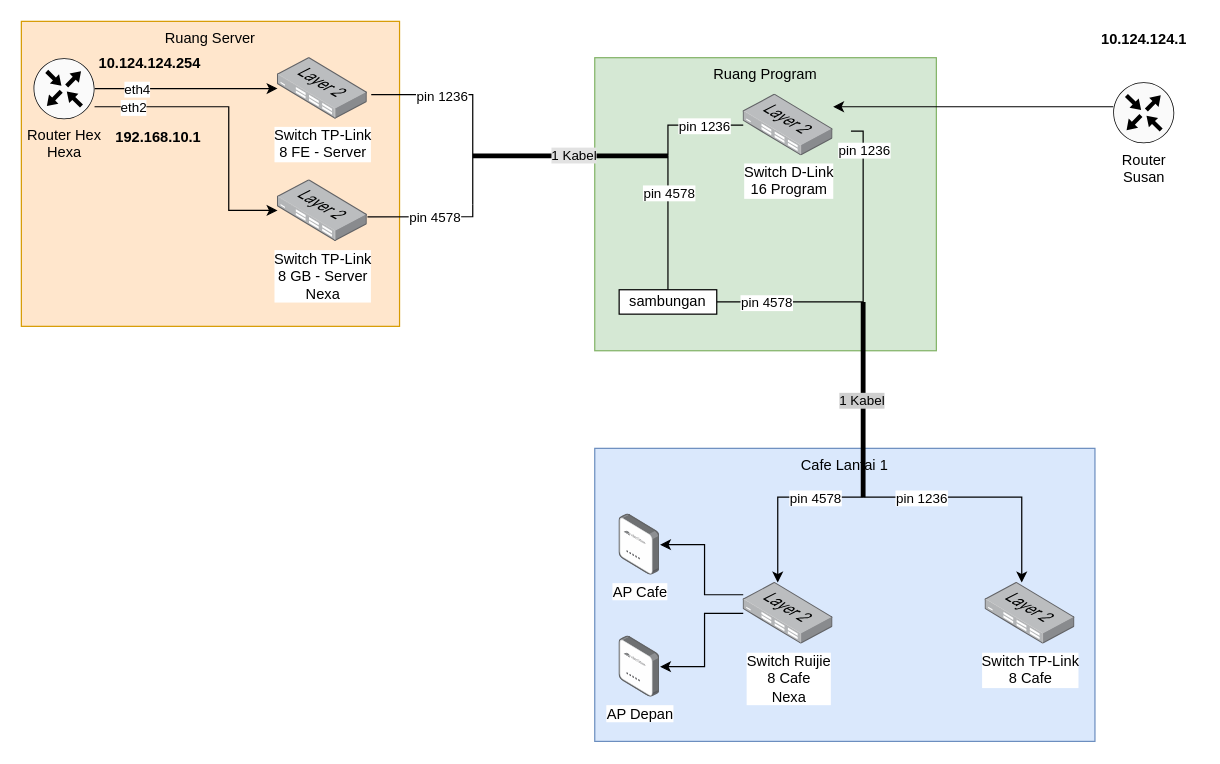
The draw.io diagram Topologi House of Susan.drawio in hnkzf/topologi-site, before the edit. Source tidied: cells renumbered, new cells numbered last; positions are measured from the earlier drawing's top-left corner, leaving out a move shared by most shapes. Both pictures are drawn from the tidied source at 122%, with x=0, y=0 at pixel (21, 21).
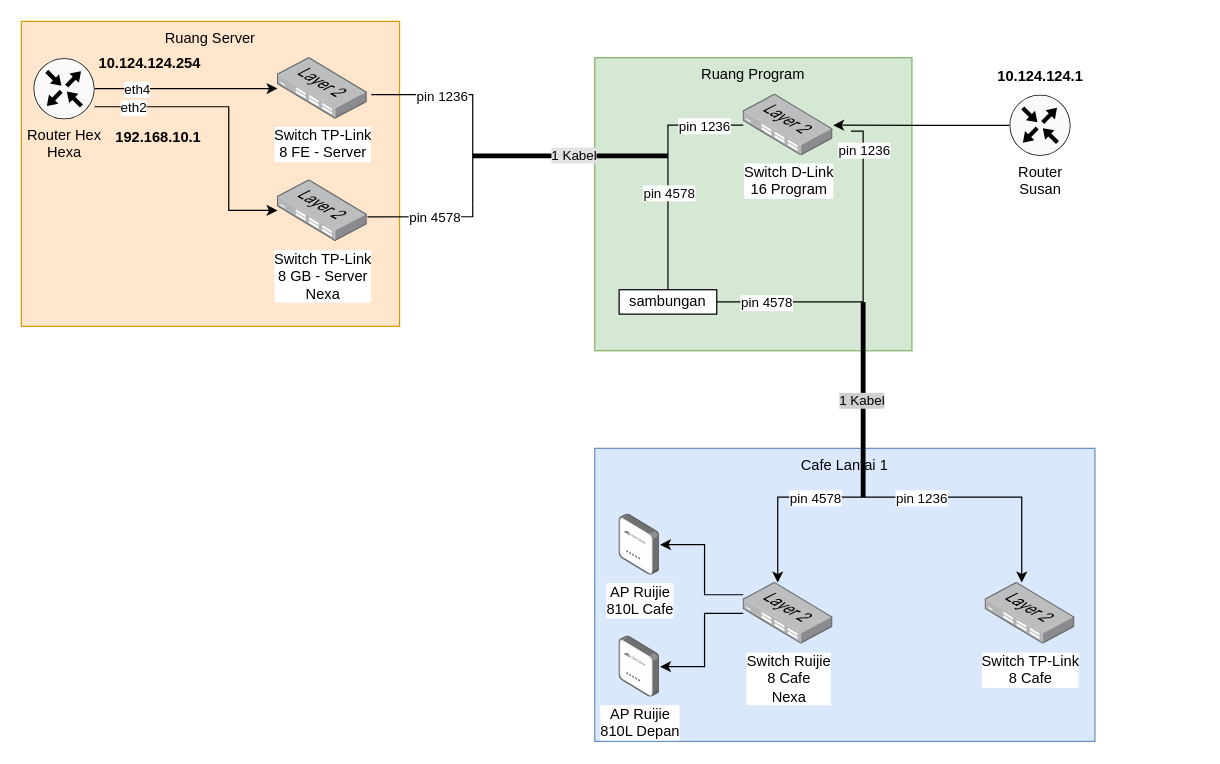
Above is the later version.

The change refers to these unchanged cells:
```xml
<mxCell id="12" value="Switch D-Link&lt;div&gt;16 Program&lt;/div&gt;" style="image;points=[];html=1;align=center;shadow=0;dashed=0;image=img/lib/allied_telesis/switch/Switch_24_port_L2.svg;" parent="1" vertex="1">
  <mxGeometry x="591.7" y="59.8" width="73.7" height="50.5" as="geometry" />
</mxCell>
```

The edit, as a diff of the source:
```diff
@@
     <mxCell id="4" value="Ruang Program" style="rounded=0;whiteSpace=wrap;html=1;fillColor=#d5e8d4;strokeColor=#82b366;verticalAlign=top;" parent="1" vertex="1">
-      <mxGeometry x="470" y="29.8" width="280" height="240.2" as="geometry" />
+      <mxGeometry x="470" y="29.8" width="260" height="240.2" as="geometry" />
     </mxCell>
@@
-    <mxCell id="11" value="AP Cafe" style="image;points=[];html=1;align=center;shadow=0;dashed=0;image=img/lib/allied_telesis/wireless/Access_Point_Indoor.svg;" parent="1" vertex="1">
+    <mxCell id="11" value="AP Ruijie&lt;div&gt;810L Cafe&lt;/div&gt;" style="image;points=[];html=1;align=center;shadow=0;dashed=0;image=img/lib/allied_telesis/wireless/Access_Point_Indoor.svg;" parent="1" vertex="1">
       <mxGeometry x="490" y="404" width="33.5" height="50" as="geometry" />
     </mxCell>
@@
-    <mxCell id="18" style="edgeStyle=orthogonalEdgeStyle;rounded=0;jettySize=auto;html=1;" parent="1" edge="1" source="19" target="12">
-      <mxGeometry relative="1" as="geometry">
-        <Array as="points">
-          <mxPoint x="840" y="70" />
-          <mxPoint x="840" y="70" />
-        </Array>
-      </mxGeometry>
+    <mxCell id="18" style="edgeStyle=orthogonalEdgeStyle;rounded=0;jettySize=auto;html=1;strokeColor=#000000;fontColor=#000000;" parent="1" edge="1" source="19" target="12">
+      <mxGeometry relative="1" as="geometry" />
     </mxCell>
     <mxCell id="19" value="Router&lt;div&gt;Susan&lt;/div&gt;" style="sketch=0;points=[[0.5,0,0],[1,0.5,0],[0.5,1,0],[0,0.5,0],[0.145,0.145,0],[0.8555,0.145,0],[0.855,0.8555,0],[0.145,0.855,0]];verticalLabelPosition=bottom;html=1;verticalAlign=top;align=center;shape=mxgraph.cisco19.rect;prIcon=router;fillColor=#FAFAFA;strokeColor=light-dark(#000000,#000000);" parent="1" vertex="1">
-      <mxGeometry x="895" y="50" width="50" height="50" as="geometry" />
+      <mxGeometry x="810" y="60.2" width="50" height="50" as="geometry" />
     </mxCell>
     <mxCell id="20" value="10.124.124.1" style="text;html=1;align=center;verticalAlign=middle;strokeColor=none;fillColor=none;fontStyle=1;" parent="1" vertex="1">
-      <mxGeometry x="875" width="90" height="30" as="geometry" />
+      <mxGeometry x="790" y="30.2" width="90" height="30" as="geometry" />
     </mxCell>
@@
-    <mxCell id="43" value="AP Depan" style="image;points=[];html=1;align=center;shadow=0;dashed=0;image=img/lib/allied_telesis/wireless/Access_Point_Indoor.svg;" parent="1" vertex="1">
+    <mxCell id="43" value="AP Ruijie&lt;div&gt;810L Depan&lt;/div&gt;" style="image;points=[];html=1;align=center;shadow=0;dashed=0;image=img/lib/allied_telesis/wireless/Access_Point_Indoor.svg;" parent="1" vertex="1">
       <mxGeometry x="490" y="504" width="33.5" height="50" as="geometry" />
     </mxCell>
```
